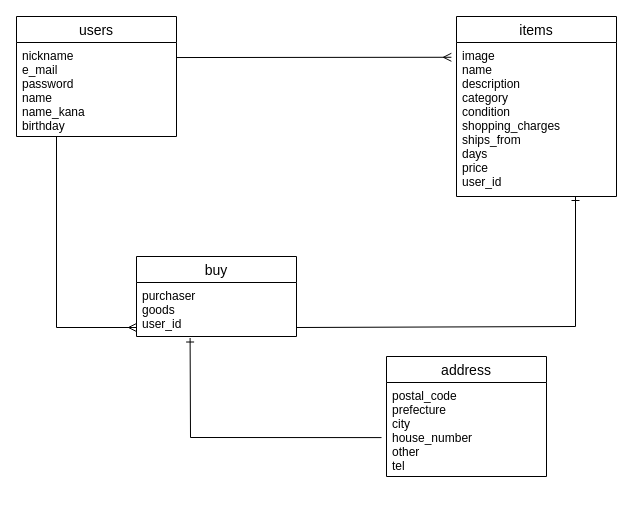
Earlier version of the draw.io diagram furima.dio (ichanicha/furima-40626). Source tidied: cells renumbered, new cells numbered last; positions are measured from the earlier drawing's top-left corner, leaving out a move shared by most shapes. Both pictures are drawn from the tidied source at 100%, with x=0, y=0 at pixel (16, 16).
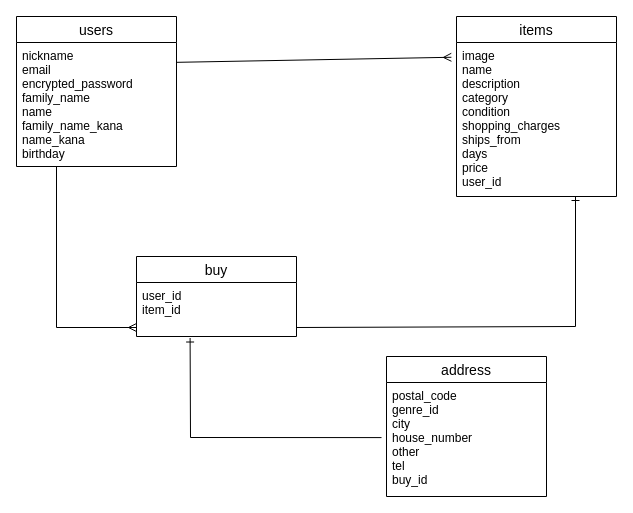
After the change.

Commit message (it also covers changes not shown here):
ER図・READMEの修正（取り消し）

Diff of the diagram source:
```diff
@@
 <mxGraphModel>
   <root>
     <mxCell id="0" />
     <mxCell id="1" parent="0" />
     <mxCell id="2" value="users" style="swimlane;fontStyle=0;horizontal=1;startSize=26;align=center;fontSize=14;" parent="1" vertex="1">
-      <mxGeometry width="160" height="120" as="geometry" />
+      <mxGeometry width="160" height="150" as="geometry" />
     </mxCell>
-    <mxCell id="3" value="nickname&#10;e_mail&#10;password&#10;name&#10;name_kana&#10;birthday" style="text;strokeColor=none;fillColor=none;spacingLeft=4;spacingRight=4;overflow=hidden;points=[[0,0.5],[1,0.5]];portConstraint=eastwest;fontSize=12;" parent="2" vertex="1">
-      <mxGeometry y="26" width="160" height="94" as="geometry" />
+    <mxCell id="3" value="nickname&#10;email&#10;encrypted_password&#10;family_name&#10;name&#10;family_name_kana&#10;name_kana&#10;birthday" style="text;strokeColor=none;fillColor=none;spacingLeft=4;spacingRight=4;overflow=hidden;points=[[0,0.5],[1,0.5]];portConstraint=eastwest;fontSize=12;" parent="2" vertex="1">
+      <mxGeometry y="26" width="160" height="124" as="geometry" />
     </mxCell>
     <mxCell id="4" value="items" style="swimlane;fontStyle=0;horizontal=1;startSize=26;align=center;fontSize=14;" parent="1" vertex="1">
       <mxGeometry x="440" width="160" height="180" as="geometry" />
     </mxCell>
     <mxCell id="5" value="image&#10;name&#10;description&#10;category&#10;condition&#10;shopping_charges&#10;ships_from&#10;days&#10;price&#10;user_id" style="text;strokeColor=none;fillColor=none;spacingLeft=4;spacingRight=4;overflow=hidden;points=[[0,0.5],[1,0.5]];portConstraint=eastwest;fontSize=12;" parent="4" vertex="1">
       <mxGeometry y="26" width="160" height="154" as="geometry" />
     </mxCell>
     <mxCell id="6" value="buy" style="swimlane;fontStyle=0;horizontal=1;startSize=26;align=center;fontSize=14;" parent="1" vertex="1">
       <mxGeometry x="120" y="240" width="160" height="80" as="geometry" />
     </mxCell>
-    <mxCell id="7" value="purchaser&#10;goods&#10;user_id&#10;" style="text;strokeColor=none;fillColor=none;spacingLeft=4;spacingRight=4;overflow=hidden;points=[[0,0.5],[1,0.5]];portConstraint=eastwest;fontSize=12;" parent="6" vertex="1">
+    <mxCell id="7" value="user_id&#10;item_id" style="text;strokeColor=none;fillColor=none;spacingLeft=4;spacingRight=4;overflow=hidden;points=[[0,0.5],[1,0.5]];portConstraint=eastwest;fontSize=12;" parent="6" vertex="1">
       <mxGeometry y="26" width="160" height="54" as="geometry" />
     </mxCell>
     <mxCell id="8" value="address" style="swimlane;fontStyle=0;horizontal=1;startSize=26;align=center;fontSize=14;" parent="1" vertex="1">
-      <mxGeometry x="370" y="340" width="160" height="120" as="geometry" />
+      <mxGeometry x="370" y="340" width="160" height="140" as="geometry" />
     </mxCell>
-    <mxCell id="9" value="postal_code&#10;prefecture&#10;city&#10;house_number&#10;other&#10;tel" style="text;strokeColor=none;fillColor=none;spacingLeft=4;spacingRight=4;overflow=hidden;fontSize=12;" parent="8" vertex="1">
-      <mxGeometry y="26" width="160" height="94" as="geometry" />
+    <mxCell id="9" value="postal_code&#10;genre_id&#10;city&#10;house_number&#10;other&#10;tel&#10;buy_id" style="text;strokeColor=none;fillColor=none;spacingLeft=4;spacingRight=4;overflow=hidden;fontSize=12;" parent="8" vertex="1">
+      <mxGeometry y="26" width="160" height="114" as="geometry" />
     </mxCell>
     <mxCell id="10" style="edgeStyle=none;rounded=0;html=1;exitX=1;exitY=0.16;exitDx=0;exitDy=0;entryX=-0.032;entryY=0.096;entryDx=0;entryDy=0;endArrow=ERmany;endFill=0;exitPerimeter=0;entryPerimeter=0;" parent="1" edge="1" source="3" target="5">
       <mxGeometry relative="1" as="geometry" />
     </mxCell>
     <mxCell id="11" style="edgeStyle=none;rounded=0;html=1;entryX=0;entryY=0.5;entryDx=0;entryDy=0;endArrow=ERmany;endFill=0;" parent="1" edge="1">
       <mxGeometry relative="1" as="geometry">
-        <mxPoint x="40" y="120" as="sourcePoint" />
+        <mxPoint x="40" y="150" as="sourcePoint" />
         <mxPoint x="120" y="311" as="targetPoint" />
         <Array as="points">
           <mxPoint x="40" y="311" />
         </Array>
       </mxGeometry>
     </mxCell>
     <mxCell id="12" style="edgeStyle=none;rounded=0;html=1;exitX=1;exitY=0.5;exitDx=0;exitDy=0;endArrow=ERone;endFill=0;" parent="1" edge="1">
       <mxGeometry relative="1" as="geometry">
         <mxPoint x="280" y="311" as="sourcePoint" />
         <mxPoint x="559" y="180" as="targetPoint" />
         <Array as="points">
           <mxPoint x="559" y="310" />
         </Array>
       </mxGeometry>
     </mxCell>
     <mxCell id="13" style="edgeStyle=none;rounded=0;html=1;exitX=-0.031;exitY=0.837;exitDx=0;exitDy=0;entryX=0.335;entryY=1.028;entryDx=0;entryDy=0;entryPerimeter=0;endArrow=ERone;endFill=0;exitPerimeter=0;" parent="1" edge="1" target="7">
       <mxGeometry relative="1" as="geometry">
         <mxPoint x="365" y="421.1" as="sourcePoint" />
         <Array as="points">
           <mxPoint x="174" y="421" />
         </Array>
       </mxGeometry>
     </mxCell>
   </root>
 </mxGraphModel>
```
